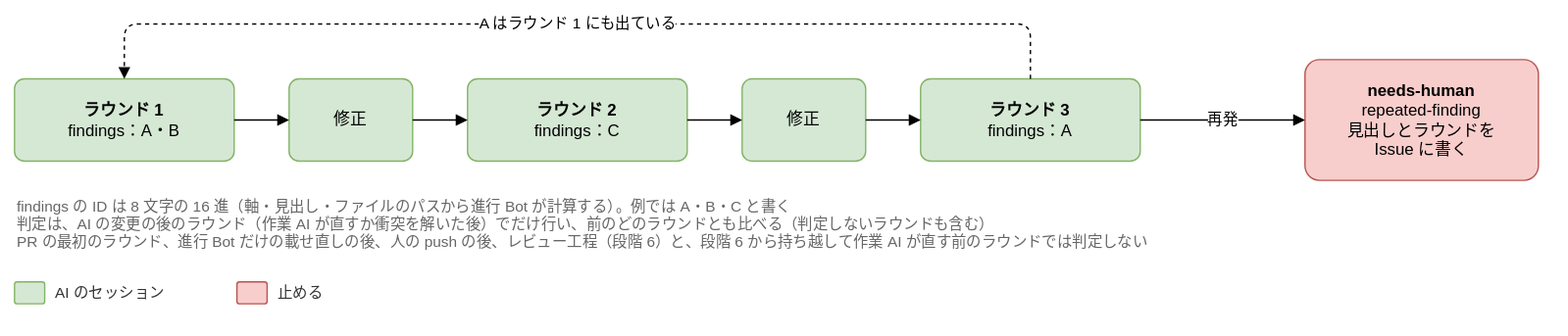
Earlier version of the draw.io export docs/design/basic/diagrams/02-repeated-findings.drawio.svg (Joymerrevent/dev-autopilot). Source tidied: cells renumbered, new cells last; positions are measured from the earlier drawing's top-left corner, leaving out a move shared by most shapes.
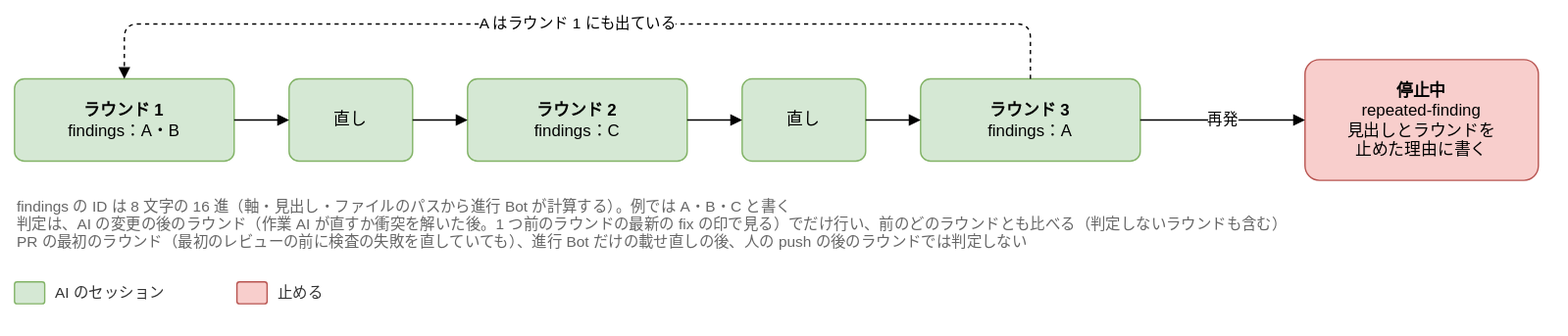
The same diagram one commit later.

Diff of the diagram source:
```diff
@@ -5,7 +5,7 @@
     <mxCell id="2" value="&lt;b&gt;ラウンド 1&lt;/b&gt;&lt;br&gt;findings：A・B" style="rounded=1;whiteSpace=wrap;html=1;fontSize=12;arcSize=12;spacing=12;fillColor=#d5e8d4;strokeColor=#82b366;" parent="1" vertex="1">
       <mxGeometry y="40" width="160" height="60" as="geometry" />
     </mxCell>
-    <mxCell id="3" value="修正" style="rounded=1;whiteSpace=wrap;html=1;fontSize=12;arcSize=12;spacing=12;fillColor=#d5e8d4;strokeColor=#82b366;" parent="1" vertex="1">
+    <mxCell id="3" value="直し" style="rounded=1;whiteSpace=wrap;html=1;fontSize=12;arcSize=12;spacing=12;fillColor=#d5e8d4;strokeColor=#82b366;" parent="1" vertex="1">
       <mxGeometry x="200" y="40" width="90" height="60" as="geometry" />
     </mxCell>
     <mxCell id="4" style="edgeStyle=orthogonalEdgeStyle;rounded=1;html=1;endArrow=block;endFill=1;fontSize=11;labelBackgroundColor=#ffffff;exitX=1;exitY=0.5;exitDx=0;exitDy=0;entryX=0;entryY=0.5;entryDx=0;entryDy=0;" parent="1" edge="1" source="2" target="3">
@@ -17,7 +17,7 @@
     <mxCell id="6" style="edgeStyle=orthogonalEdgeStyle;rounded=1;html=1;endArrow=block;endFill=1;fontSize=11;labelBackgroundColor=#ffffff;exitX=1;exitY=0.5;exitDx=0;exitDy=0;entryX=0;entryY=0.5;entryDx=0;entryDy=0;" parent="1" edge="1" source="3" target="5">
       <mxGeometry relative="1" as="geometry" />
     </mxCell>
-    <mxCell id="7" value="修正" style="rounded=1;whiteSpace=wrap;html=1;fontSize=12;arcSize=12;spacing=12;fillColor=#d5e8d4;strokeColor=#82b366;" parent="1" vertex="1">
+    <mxCell id="7" value="直し" style="rounded=1;whiteSpace=wrap;html=1;fontSize=12;arcSize=12;spacing=12;fillColor=#d5e8d4;strokeColor=#82b366;" parent="1" vertex="1">
       <mxGeometry x="530" y="40" width="90" height="60" as="geometry" />
     </mxCell>
     <mxCell id="8" style="edgeStyle=orthogonalEdgeStyle;rounded=1;html=1;endArrow=block;endFill=1;fontSize=11;labelBackgroundColor=#ffffff;exitX=1;exitY=0.5;exitDx=0;exitDy=0;entryX=0;entryY=0.5;entryDx=0;entryDy=0;" parent="1" edge="1" source="5" target="7">
@@ -29,7 +29,7 @@
     <mxCell id="10" style="edgeStyle=orthogonalEdgeStyle;rounded=1;html=1;endArrow=block;endFill=1;fontSize=11;labelBackgroundColor=#ffffff;exitX=1;exitY=0.5;exitDx=0;exitDy=0;entryX=0;entryY=0.5;entryDx=0;entryDy=0;" parent="1" edge="1" source="7" target="9">
       <mxGeometry relative="1" as="geometry" />
     </mxCell>
-    <mxCell id="11" value="&lt;b&gt;needs-human&lt;/b&gt;&lt;br&gt;repeated-finding&lt;br&gt;見出しとラウンドを&lt;br&gt;Issue に書く" style="rounded=1;whiteSpace=wrap;html=1;fontSize=12;arcSize=12;spacing=12;fillColor=#f8cecc;strokeColor=#b85450;" parent="1" vertex="1">
+    <mxCell id="11" value="&lt;b&gt;停止中&lt;/b&gt;&lt;br&gt;repeated-finding&lt;br&gt;見出しとラウンドを&lt;br&gt;止めた理由に書く" style="rounded=1;whiteSpace=wrap;html=1;fontSize=12;arcSize=12;spacing=12;fillColor=#f8cecc;strokeColor=#b85450;" parent="1" vertex="1">
       <mxGeometry x="940" y="26" width="170" height="88" as="geometry" />
     </mxCell>
     <mxCell id="12" value="再発" style="edgeStyle=orthogonalEdgeStyle;rounded=1;html=1;endArrow=block;endFill=1;fontSize=11;labelBackgroundColor=#ffffff;exitX=1;exitY=0.5;exitDx=0;exitDy=0;entryX=0;entryY=0.5;entryDx=0;entryDy=0;" parent="1" edge="1" source="9" target="11">
@@ -43,7 +43,7 @@
         </Array>
       </mxGeometry>
     </mxCell>
-    <mxCell id="14" value="findings の ID は 8 文字の 16 進（軸・見出し・ファイルのパスから進行 Bot が計算する）。例では A・B・C と書く&lt;br&gt;判定は、AI の変更の後のラウンド（作業 AI が直すか衝突を解いた後）でだけ行い、前のどのラウンドとも比べる（判定しないラウンドも含む）&lt;br&gt;PR の最初のラウンド、進行 Bot だけの載せ直しの後、人の push の後、レビュー工程（段階 6）と、段階 6 から持ち越して作業 AI が直す前のラウンドでは判定しない" style="text;html=1;whiteSpace=wrap;align=left;verticalAlign=top;fontSize=11;fontColor=#666666;" parent="1" vertex="1">
+    <mxCell id="14" value="findings の ID は 8 文字の 16 進（軸・見出し・ファイルのパスから進行 Bot が計算する）。例では A・B・C と書く&lt;br&gt;判定は、AI の変更の後のラウンド（作業 AI が直すか衝突を解いた後。1 つ前のラウンドの最新の fix の印で見る）でだけ行い、前のどのラウンドとも比べる（判定しないラウンドも含む）&lt;br&gt;PR の最初のラウンド（最初のレビューの前に検査の失敗を直していても）、進行 Bot だけの載せ直しの後、人の push の後のラウンドでは判定しない" style="text;html=1;whiteSpace=wrap;align=left;verticalAlign=top;fontSize=11;fontColor=#666666;" parent="1" vertex="1">
       <mxGeometry y="120" width="1100" height="50" as="geometry" />
     </mxCell>
     <mxCell id="15" style="rounded=1;whiteSpace=wrap;html=1;fontSize=12;arcSize=12;spacing=12;fillColor=#d5e8d4;strokeColor=#82b366;" parent="1" vertex="1">
```
